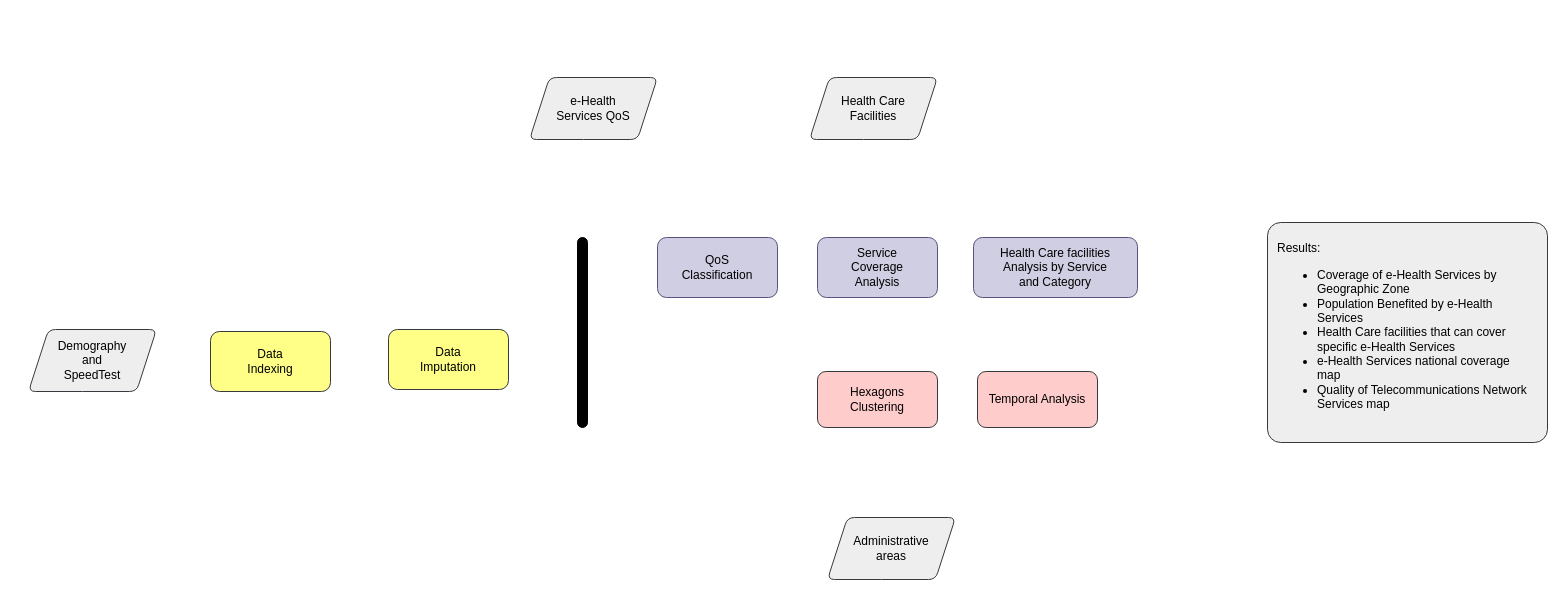
This is page "Página-2" (2 of 2) of diagrams/ehealth_accessibility_methodology.drawio from johnkbarrera/drawio_diagrams, a draw.io file, before an edit. Source tidied: cells renumbered, new cells numbered last; positions are measured from the earlier drawing's top-left corner, leaving out a move shared by most shapes. Both pictures are drawn from the tidied source at 100%, with x=0, y=0 at pixel (28, 77).
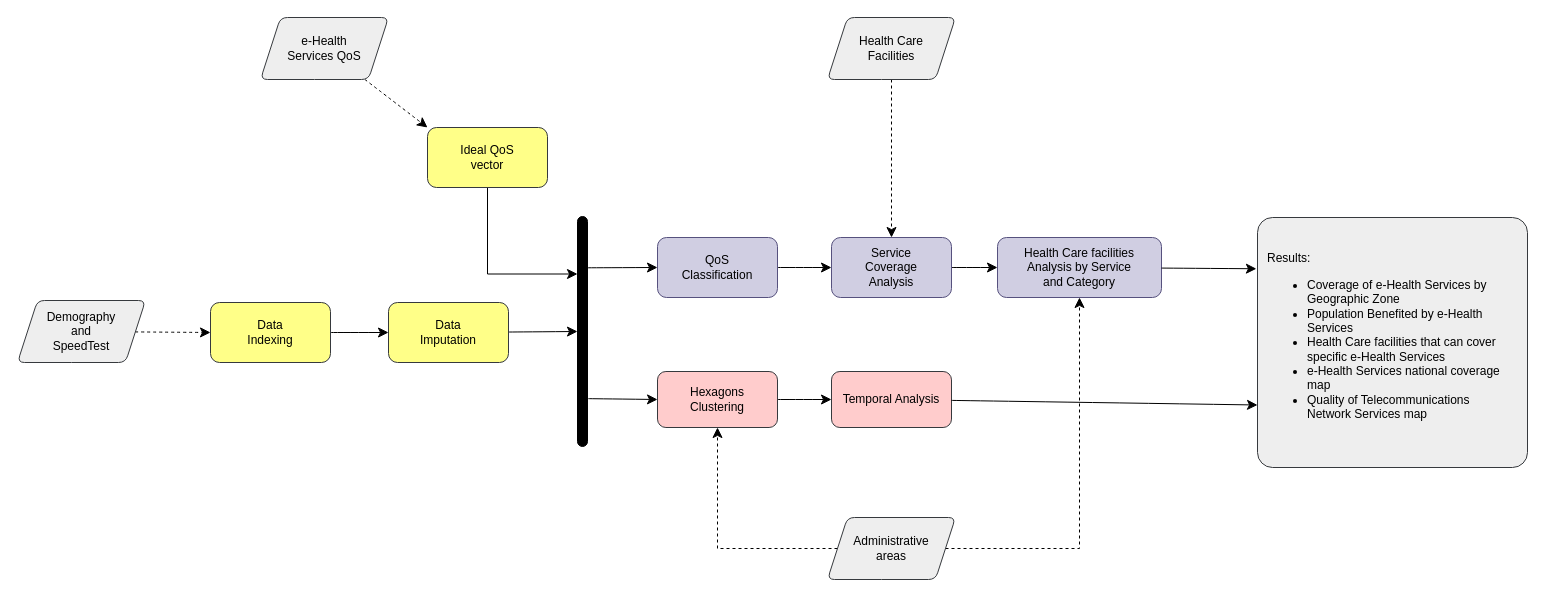
The same page after the edit.

Commit message:
temporal analysis

The change refers to these unchanged cells:
```xml
<mxCell id="5" value="QoS&lt;div&gt;Classification&lt;/div&gt;" style="rounded=1;whiteSpace=wrap;html=1;arcSize=15;fillColor=#d0cee2;strokeColor=#56517e;fontSize=12;fontFamily=Helvetica;" parent="1" vertex="1">
  <mxGeometry x="629" y="160" width="120" height="60" as="geometry" />
</mxCell>
<mxCell id="12" value="Administrative&lt;div&gt;areas&lt;/div&gt;" style="shape=parallelogram;perimeter=parallelogramPerimeter;whiteSpace=wrap;html=1;fixedSize=1;rounded=1;fillColor=#eeeeee;strokeColor=#36393d;arcSize=14;fontSize=12;fontFamily=Helvetica;" parent="1" vertex="1">
  <mxGeometry x="799" y="440" width="128" height="62" as="geometry" />
</mxCell>
```

Diff of the diagram source:
```diff
@@
+    <mxCell id="15" style="edgeStyle=none;curved=1;rounded=0;jettySize=auto;html=1;entryX=0;entryY=0.5;entryDx=0;entryDy=0;fontSize=12;startSize=8;endSize=8;dashed=1;" parent="1" edge="1" source="2" target="3">
+      <mxGeometry relative="1" as="geometry" />
+    </mxCell>
     <mxCell id="2" value="Demography&lt;div&gt;and&lt;/div&gt;&lt;div&gt;SpeedTest&lt;/div&gt;" style="shape=parallelogram;perimeter=parallelogramPerimeter;whiteSpace=wrap;html=1;fixedSize=1;rounded=1;fillColor=#eeeeee;strokeColor=#36393d;arcSize=14;fontSize=12;fontFamily=Helvetica;" parent="1" vertex="1">
-      <mxGeometry y="252" width="128" height="62" as="geometry" />
+      <mxGeometry x="-11" y="223" width="128" height="62" as="geometry" />
     </mxCell>
+    <mxCell id="16" style="edgeStyle=none;curved=1;rounded=0;jettySize=auto;html=1;fontSize=12;startSize=8;endSize=8;" parent="1" edge="1" source="3" target="4">
+      <mxGeometry relative="1" as="geometry" />
+    </mxCell>
     <mxCell id="3" value="Data&lt;div&gt;Indexing&lt;/div&gt;" style="rounded=1;whiteSpace=wrap;html=1;arcSize=15;fillColor=#ffff88;strokeColor=#36393d;fontSize=12;fontFamily=Helvetica;" parent="1" vertex="1">
-      <mxGeometry x="182" y="254" width="120" height="60" as="geometry" />
+      <mxGeometry x="182" y="225" width="120" height="60" as="geometry" />
     </mxCell>
+    <mxCell id="17" style="edgeStyle=none;curved=1;rounded=0;jettySize=auto;html=1;entryX=0;entryY=0.5;entryDx=0;entryDy=0;fontSize=12;startSize=8;endSize=8;" parent="1" edge="1" source="4" target="10">
+      <mxGeometry relative="1" as="geometry" />
+    </mxCell>
     <mxCell id="4" value="Data&lt;div&gt;Imputation&lt;/div&gt;" style="rounded=1;whiteSpace=wrap;html=1;arcSize=15;fillColor=#ffff88;strokeColor=#36393d;fontSize=12;fontFamily=Helvetica;" parent="1" vertex="1">
-      <mxGeometry x="360" y="252" width="120" height="60" as="geometry" />
+      <mxGeometry x="360" y="225" width="120" height="60" as="geometry" />
     </mxCell>
+    <mxCell id="18" style="edgeStyle=none;curved=1;rounded=0;jettySize=auto;html=1;entryX=0;entryY=0.5;entryDx=0;entryDy=0;fontSize=12;startSize=8;endSize=8;" parent="1" edge="1" source="5" target="6">
+      <mxGeometry relative="1" as="geometry" />
+    </mxCell>
@@
+    <mxCell id="19" style="edgeStyle=none;curved=1;rounded=0;jettySize=auto;html=1;fontSize=12;startSize=8;endSize=8;" parent="1" edge="1" source="6" target="7">
+      <mxGeometry relative="1" as="geometry" />
+    </mxCell>
     <mxCell id="6" value="Service&lt;div&gt;Coverage&lt;/div&gt;&lt;div&gt;Analysis&lt;/div&gt;" style="rounded=1;whiteSpace=wrap;html=1;arcSize=15;fillColor=#d0cee2;strokeColor=#56517e;fontSize=12;fontFamily=Helvetica;" parent="1" vertex="1">
-      <mxGeometry x="789" y="160" width="120" height="60" as="geometry" />
+      <mxGeometry x="803" y="160" width="120" height="60" as="geometry" />
     </mxCell>
     <mxCell id="7" value="Health Care facilities&lt;div&gt;Analysis by Service&lt;/div&gt;&lt;div&gt;and Category&lt;/div&gt;" style="rounded=1;whiteSpace=wrap;html=1;arcSize=15;fillColor=#d0cee2;strokeColor=#56517e;fontSize=12;fontFamily=Helvetica;" parent="1" vertex="1">
-      <mxGeometry x="945" y="160" width="164" height="60" as="geometry" />
+      <mxGeometry x="969" y="160" width="164" height="60" as="geometry" />
     </mxCell>
+    <mxCell id="20" style="edgeStyle=none;curved=1;rounded=0;jettySize=auto;html=1;entryX=0;entryY=0.5;entryDx=0;entryDy=0;fontSize=12;startSize=8;endSize=8;" parent="1" edge="1" source="8" target="9">
+      <mxGeometry relative="1" as="geometry" />
+    </mxCell>
     <mxCell id="8" value="Hexagons&lt;div&gt;Clustering&lt;/div&gt;" style="rounded=1;whiteSpace=wrap;html=1;arcSize=15;fillColor=#ffcccc;strokeColor=#36393d;fontSize=12;fontFamily=Helvetica;" parent="1" vertex="1">
-      <mxGeometry x="789" y="294" width="120" height="56" as="geometry" />
+      <mxGeometry x="629" y="294" width="120" height="56" as="geometry" />
     </mxCell>
     <mxCell id="9" value="Temporal Analysis" style="rounded=1;whiteSpace=wrap;html=1;arcSize=15;fillColor=#ffcccc;strokeColor=#36393d;fontSize=12;fontFamily=Helvetica;" parent="1" vertex="1">
-      <mxGeometry x="949" y="294" width="120" height="56" as="geometry" />
+      <mxGeometry x="803" y="294" width="120" height="56" as="geometry" />
     </mxCell>
+    <mxCell id="21" style="edgeStyle=none;curved=1;rounded=0;jettySize=auto;html=1;entryX=0;entryY=0.5;entryDx=0;entryDy=0;fontSize=12;startSize=8;endSize=8;exitX=1.026;exitY=0.223;exitDx=0;exitDy=0;exitPerimeter=0;" parent="1" edge="1" source="10" target="5">
+      <mxGeometry relative="1" as="geometry" />
+    </mxCell>
+    <mxCell id="22" style="edgeStyle=none;curved=1;rounded=0;jettySize=auto;html=1;exitX=1.09;exitY=0.792;exitDx=0;exitDy=0;entryX=0;entryY=0.5;entryDx=0;entryDy=0;fontSize=12;startSize=8;endSize=8;exitPerimeter=0;" parent="1" edge="1" source="10" target="8">
+      <mxGeometry relative="1" as="geometry" />
+    </mxCell>
     <mxCell id="10" style="rounded=1;whiteSpace=wrap;html=1;fillColor=#000000;arcSize=50;" parent="1" vertex="1">
-      <mxGeometry x="549" y="160" width="10" height="190" as="geometry" />
+      <mxGeometry x="549" y="139" width="10" height="230" as="geometry" />
     </mxCell>
     <mxCell id="11" value="Results:&lt;ul&gt;&lt;li&gt;&lt;span style=&quot;background-color: transparent; color: light-dark(rgb(0, 0, 0), rgb(255, 255, 255));&quot;&gt;Coverage of e-Health Services by Geographic Zone&lt;/span&gt;&lt;/li&gt;&lt;li&gt;&lt;span style=&quot;background-color: transparent; color: light-dark(rgb(0, 0, 0), rgb(255, 255, 255));&quot;&gt;Population Benefited by e-Health Services&lt;/span&gt;&lt;/li&gt;&lt;li&gt;&lt;span style=&quot;background-color: transparent; color: light-dark(rgb(0, 0, 0), rgb(255, 255, 255));&quot;&gt;Health Care facilities that can cover specific e-Health Services&lt;/span&gt;&lt;/li&gt;&lt;li&gt;&lt;span style=&quot;background-color: transparent; color: light-dark(rgb(0, 0, 0), rgb(255, 255, 255));&quot;&gt;e-Health Services national coverage map&lt;/span&gt;&lt;/li&gt;&lt;li&gt;&lt;span style=&quot;background-color: transparent; color: light-dark(rgb(0, 0, 0), rgb(255, 255, 255));&quot;&gt;Quality of Telecommunications Network Services map&lt;/span&gt;&lt;/li&gt;&lt;/ul&gt;" style="rounded=1;whiteSpace=wrap;html=1;arcSize=6;fillColor=#eeeeee;strokeColor=#36393d;fontSize=12;fontFamily=Helvetica;align=left;spacing=2;spacingRight=18;spacingLeft=8;" parent="1" vertex="1">
-      <mxGeometry x="1239" y="145" width="280" height="220" as="geometry" />
+      <mxGeometry x="1229" y="140" width="270" height="250" as="geometry" />
     </mxCell>
+    <mxCell id="23" style="edgeStyle=elbowEdgeStyle;rounded=0;jettySize=auto;html=1;entryX=0.5;entryY=1;entryDx=0;entryDy=0;fontSize=12;startSize=8;endSize=8;dashed=1;" parent="1" edge="1" source="12" target="7">
+      <mxGeometry relative="1" as="geometry">
+        <Array as="points">
+          <mxPoint x="1051" y="350" />
+        </Array>
+      </mxGeometry>
+    </mxCell>
+    <mxCell id="24" style="edgeStyle=orthogonalEdgeStyle;rounded=0;jettySize=auto;html=1;entryX=0.5;entryY=1;entryDx=0;entryDy=0;fontSize=12;startSize=8;endSize=8;dashed=1;" parent="1" edge="1" source="12" target="8">
+      <mxGeometry relative="1" as="geometry" />
+    </mxCell>
@@
+    <mxCell id="25" style="edgeStyle=orthogonalEdgeStyle;rounded=0;jettySize=auto;html=1;entryX=0.5;entryY=0;entryDx=0;entryDy=0;fontSize=12;startSize=8;endSize=8;dashed=1;" parent="1" edge="1" source="13" target="6">
+      <mxGeometry relative="1" as="geometry" />
+    </mxCell>
     <mxCell id="13" value="Health Care&lt;div&gt;Facilities&lt;/div&gt;" style="shape=parallelogram;perimeter=parallelogramPerimeter;whiteSpace=wrap;html=1;fixedSize=1;rounded=1;fillColor=#eeeeee;strokeColor=#36393d;arcSize=14;fontSize=12;fontFamily=Helvetica;" parent="1" vertex="1">
-      <mxGeometry x="781" width="128" height="62" as="geometry" />
+      <mxGeometry x="799" y="-60" width="128" height="62" as="geometry" />
     </mxCell>
+    <mxCell id="26" style="edgeStyle=none;curved=1;rounded=0;jettySize=auto;html=1;entryX=0;entryY=0;entryDx=0;entryDy=0;fontSize=12;startSize=8;endSize=8;dashed=1;" parent="1" edge="1" source="14" target="30">
+      <mxGeometry relative="1" as="geometry" />
+    </mxCell>
     <mxCell id="14" value="e-Health&lt;div&gt;Services QoS&lt;/div&gt;" style="shape=parallelogram;perimeter=parallelogramPerimeter;whiteSpace=wrap;html=1;fixedSize=1;rounded=1;fillColor=#eeeeee;strokeColor=#36393d;arcSize=14;fontSize=12;fontFamily=Helvetica;" parent="1" vertex="1">
-      <mxGeometry x="501" width="128" height="62" as="geometry" />
+      <mxGeometry x="232" y="-60" width="128" height="62" as="geometry" />
     </mxCell>
+    <mxCell id="27" style="edgeStyle=none;curved=1;rounded=0;jettySize=auto;html=1;entryX=-0.004;entryY=0.205;entryDx=0;entryDy=0;entryPerimeter=0;fontSize=12;startSize=8;endSize=8;" parent="1" edge="1" source="7" target="11">
+      <mxGeometry relative="1" as="geometry" />
+    </mxCell>
+    <mxCell id="28" style="edgeStyle=none;curved=1;rounded=0;jettySize=auto;html=1;entryX=0;entryY=0.75;entryDx=0;entryDy=0;fontSize=12;startSize=8;endSize=8;" parent="1" edge="1" source="9" target="11">
+      <mxGeometry relative="1" as="geometry" />
+    </mxCell>
+    <mxCell id="29" style="edgeStyle=orthogonalEdgeStyle;rounded=0;jettySize=auto;html=1;entryX=0;entryY=0.25;entryDx=0;entryDy=0;fontSize=12;startSize=8;endSize=8;exitX=0.5;exitY=1;exitDx=0;exitDy=0;" parent="1" edge="1" source="30" target="10">
+      <mxGeometry relative="1" as="geometry" />
+    </mxCell>
+    <mxCell id="30" value="Ideal QoS&lt;div&gt;vector&lt;/div&gt;" style="rounded=1;whiteSpace=wrap;html=1;arcSize=15;fillColor=#ffff88;strokeColor=#36393d;fontSize=12;fontFamily=Helvetica;" parent="1" vertex="1">
+      <mxGeometry x="399" y="50" width="120" height="60" as="geometry" />
+    </mxCell>
```
